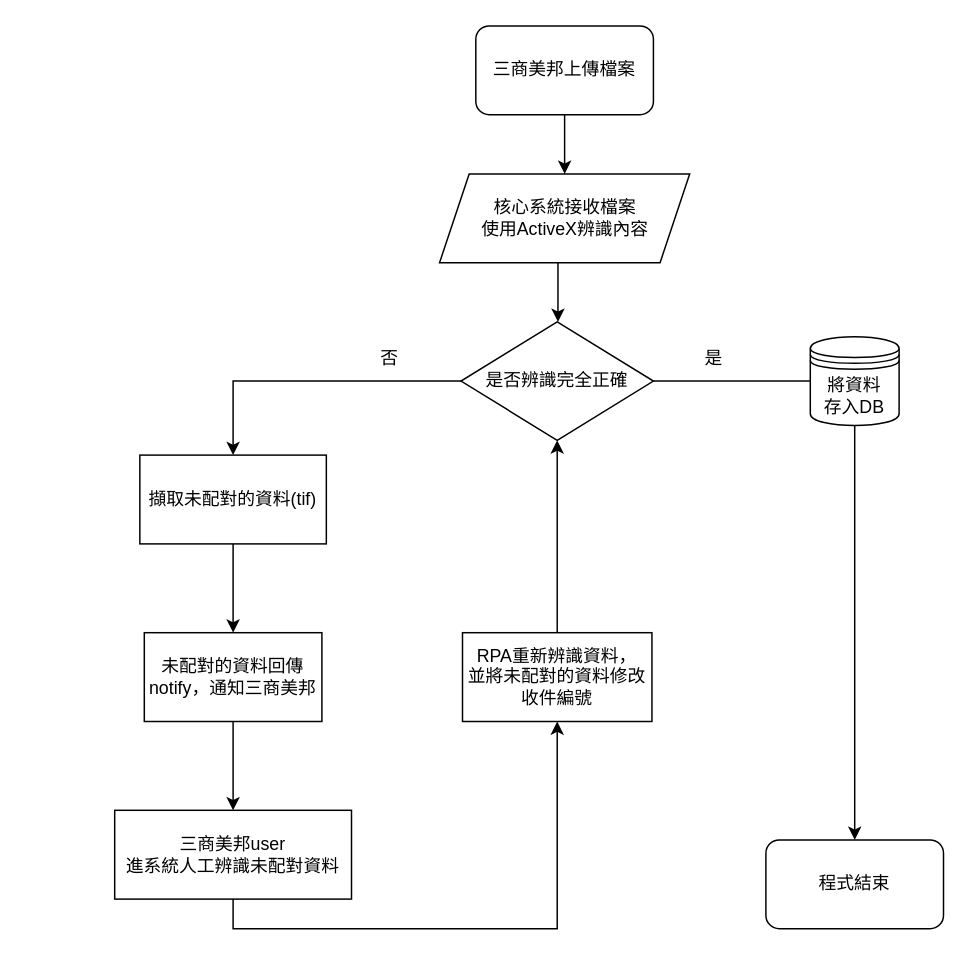
33b29/xml keeps this draw.io diagram as Untitled Diagram.drawio. Above is the earlier version. Source tidied: cells renumbered, new cells numbered last; positions are measured from the earlier drawing's top-left corner, leaving out a move shared by most shapes. Both pictures are drawn from the tidied source at 148%, with x=0, y=0 at pixel (114, 25).
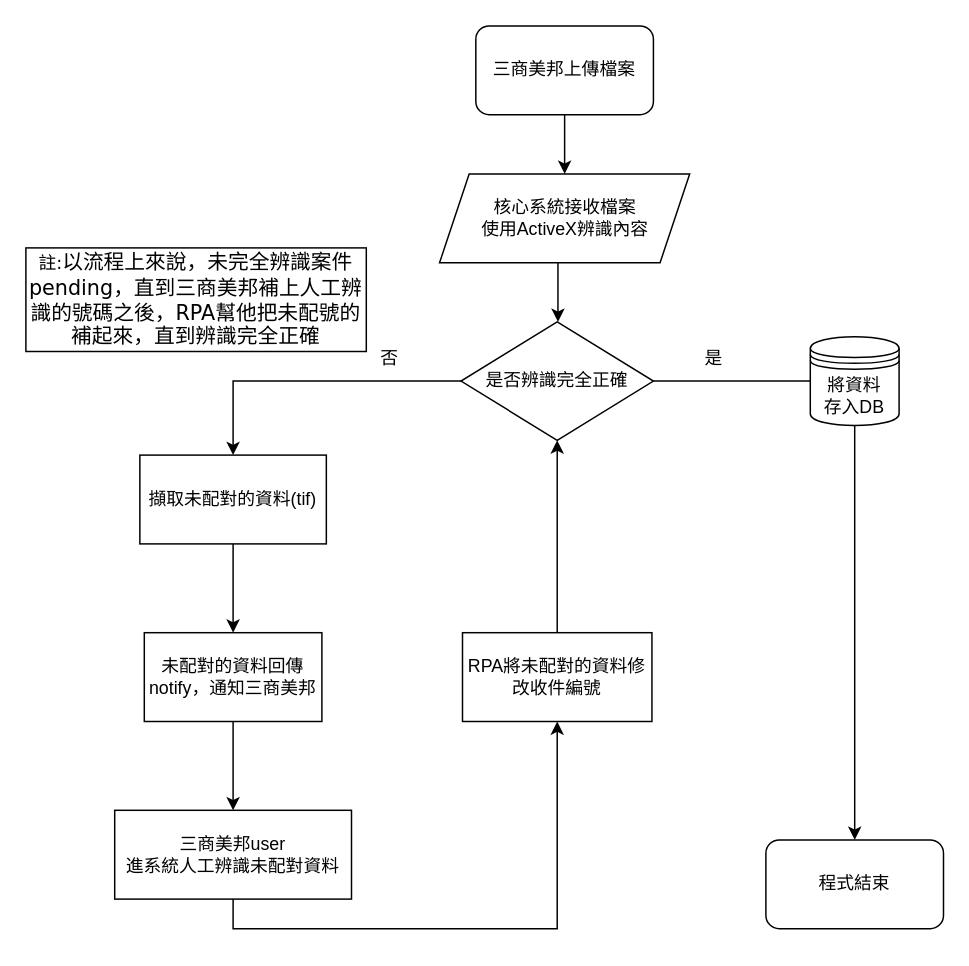
After the change.

What changed in the source:
```diff
@@
-    <mxCell id="16" value="RPA重新辨識資料，&lt;br&gt;並將未配對的資料修改收件編號" style="whiteSpace=wrap;html=1;rounded=0;fillColor=none;" parent="1" vertex="1">
+    <mxCell id="16" value="RPA將未配對的資料修改收件編號" style="whiteSpace=wrap;html=1;rounded=0;fillColor=none;" parent="1" vertex="1">
       <mxGeometry x="235" y="410" width="128" height="60" as="geometry" />
     </mxCell>
@@
+    <mxCell id="22" value="&lt;p&gt;&lt;font face=&quot;Verdana&quot; style=&quot;background-color: rgb(255 , 255 , 255)&quot;&gt;註:&lt;span style=&quot;font-size: 14px&quot;&gt;以流程上來說，未完全辨識案件pending，直到三商美邦補上人工辨識的號碼之後，RPA幫他把未配號的補起來，直到辨識完全正確&lt;/span&gt;&lt;/font&gt;&lt;/p&gt;" style="whiteSpace=wrap;html=1;" parent="1" vertex="1">
+      <mxGeometry x="-60" y="150" width="230" height="70" as="geometry" />
+    </mxCell>
```
